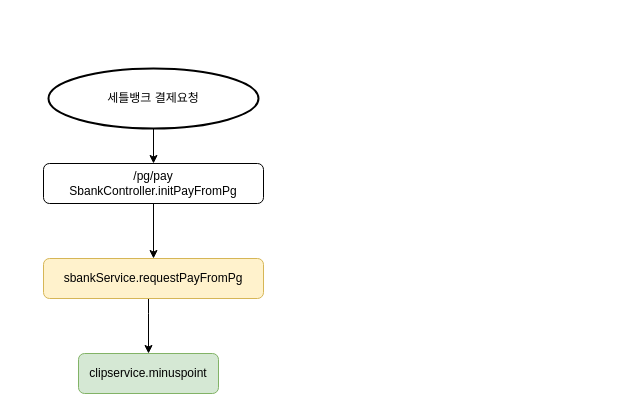
Before: pointHub_PA.drawio in latemorning/sichuan, a draw.io diagram. Source tidied: cells renumbered, new cells numbered last; positions are measured from the earlier drawing's top-left corner, leaving out a move shared by most shapes. Both pictures are drawn from the tidied source at 100%, with x=0, y=0 at pixel (43, 68).
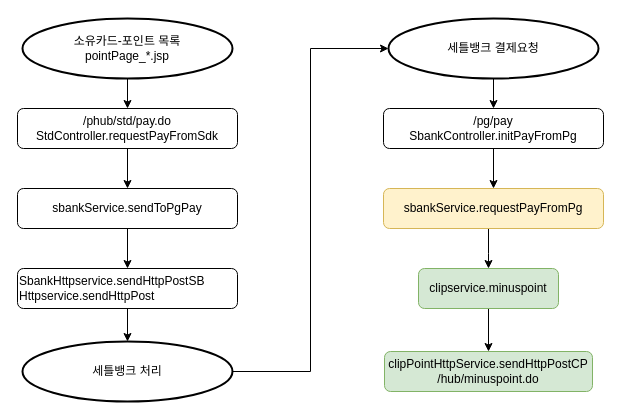
The same page after the edit.

Change to the diagram source:
```diff
@@
+    <mxCell id="9" style="edgeStyle=orthogonalEdgeStyle;rounded=0;jettySize=auto;html=1;entryX=0.5;entryY=0;entryDx=0;entryDy=0;" parent="1" edge="1" source="2" target="10">
+      <mxGeometry relative="1" as="geometry" />
+    </mxCell>
     <mxCell id="2" value="clipservice.minuspoint" style="rounded=1;whiteSpace=wrap;html=1;fontSize=12;fillColor=#d5e8d4;strokeColor=#82b366;" parent="1" vertex="1">
-      <mxGeometry x="35" y="285" width="140" height="40" as="geometry" />
+      <mxGeometry x="375" y="200" width="140" height="40" as="geometry" />
     </mxCell>
@@
     <mxCell id="4" value="&lt;span style=&quot;white-space: normal&quot;&gt;세틀뱅크 결제요청&lt;br&gt;&lt;/span&gt;" style="strokeWidth=2;html=1;shape=mxgraph.flowchart.start_1;whiteSpace=wrap;fontSize=12;align=center;" parent="1" vertex="1">
-      <mxGeometry x="5" width="210" height="60" as="geometry" />
+      <mxGeometry x="345" y="-50" width="210" height="60" as="geometry" />
     </mxCell>
@@
     <mxCell id="6" value="/pg/pay&lt;br&gt;SbankController.initPayFromPg" style="rounded=1;whiteSpace=wrap;html=1;fontSize=12;" parent="1" vertex="1">
-      <mxGeometry y="95" width="220" height="40" as="geometry" />
+      <mxGeometry x="340" y="40" width="220" height="40" as="geometry" />
     </mxCell>
     <mxCell id="7" style="edgeStyle=orthogonalEdgeStyle;rounded=0;jettySize=auto;html=1;strokeColor=#000000;fontSize=12;" parent="1" edge="1" source="8" target="2">
       <mxGeometry relative="1" as="geometry">
         <Array as="points">
-          <mxPoint x="105" y="245" />
-          <mxPoint x="105" y="245" />
+          <mxPoint x="445" y="185" />
+          <mxPoint x="445" y="185" />
         </Array>
       </mxGeometry>
     </mxCell>
     <mxCell id="8" value="sbankService.requestPayFromPg" style="rounded=1;whiteSpace=wrap;html=1;fontSize=12;fillColor=#fff2cc;strokeColor=#d6b656;" parent="1" vertex="1">
-      <mxGeometry y="190" width="220" height="40" as="geometry" />
+      <mxGeometry x="340" y="120" width="220" height="40" as="geometry" />
     </mxCell>
+    <mxCell id="10" value="clipPointHttpService.sendHttpPostCP&lt;br&gt;/hub/minuspoint.do" style="rounded=1;whiteSpace=wrap;html=1;fontSize=12;fillColor=#d5e8d4;strokeColor=#82b366;" parent="1" vertex="1">
+      <mxGeometry x="341" y="283" width="208" height="40" as="geometry" />
+    </mxCell>
+    <mxCell id="11" style="edgeStyle=orthogonalEdgeStyle;rounded=0;jettySize=auto;html=1;exitX=0.5;exitY=1;exitDx=0;exitDy=0;exitPerimeter=0;entryX=0.5;entryY=0;entryDx=0;entryDy=0;" parent="1" edge="1" source="12" target="14">
+      <mxGeometry relative="1" as="geometry" />
+    </mxCell>
+    <mxCell id="12" value="&lt;span style=&quot;white-space: normal&quot;&gt;소유카드-포인트 목록&lt;br&gt;pointPage_*.jsp&lt;br&gt;&lt;/span&gt;" style="strokeWidth=2;html=1;shape=mxgraph.flowchart.start_1;whiteSpace=wrap;fontSize=12;align=center;" parent="1" vertex="1">
+      <mxGeometry x="-21" y="-50" width="210" height="60" as="geometry" />
+    </mxCell>
+    <mxCell id="13" style="edgeStyle=orthogonalEdgeStyle;rounded=0;jettySize=auto;html=1;" parent="1" edge="1" source="14" target="16">
+      <mxGeometry relative="1" as="geometry" />
+    </mxCell>
+    <mxCell id="14" value="/phub/std/pay.do&lt;br&gt;StdController.requestPayFromSdk" style="rounded=1;whiteSpace=wrap;html=1;fontSize=12;" parent="1" vertex="1">
+      <mxGeometry x="-26" y="40" width="220" height="40" as="geometry" />
+    </mxCell>
+    <mxCell id="15" style="edgeStyle=orthogonalEdgeStyle;rounded=0;jettySize=auto;html=1;" parent="1" edge="1" source="16" target="18">
+      <mxGeometry relative="1" as="geometry" />
+    </mxCell>
+    <mxCell id="16" value="sbankService.sendToPgPay" style="rounded=1;whiteSpace=wrap;html=1;fontSize=12;" parent="1" vertex="1">
+      <mxGeometry x="-26" y="120" width="220" height="40" as="geometry" />
+    </mxCell>
+    <mxCell id="17" style="edgeStyle=orthogonalEdgeStyle;rounded=0;jettySize=auto;html=1;entryX=0.5;entryY=0;entryDx=0;entryDy=0;entryPerimeter=0;" parent="1" edge="1" source="18" target="20">
+      <mxGeometry relative="1" as="geometry" />
+    </mxCell>
+    <mxCell id="18" value="SbankHttpservice.sendHttpPostSB&lt;br&gt;Httpservice.sendHttpPost" style="rounded=1;whiteSpace=wrap;html=1;fontSize=12;align=left;" parent="1" vertex="1">
+      <mxGeometry x="-26" y="200" width="220" height="40" as="geometry" />
+    </mxCell>
+    <mxCell id="19" style="edgeStyle=orthogonalEdgeStyle;rounded=0;jettySize=auto;html=1;entryX=0;entryY=0.5;entryDx=0;entryDy=0;entryPerimeter=0;" parent="1" edge="1" source="20" target="4">
+      <mxGeometry relative="1" as="geometry" />
+    </mxCell>
+    <mxCell id="20" value="&lt;span style=&quot;white-space: normal&quot;&gt;세틀뱅크 처리&lt;br&gt;&lt;/span&gt;" style="strokeWidth=2;html=1;shape=mxgraph.flowchart.start_1;whiteSpace=wrap;fontSize=12;align=center;" parent="1" vertex="1">
+      <mxGeometry x="-21" y="273" width="210" height="60" as="geometry" />
+    </mxCell>
```
